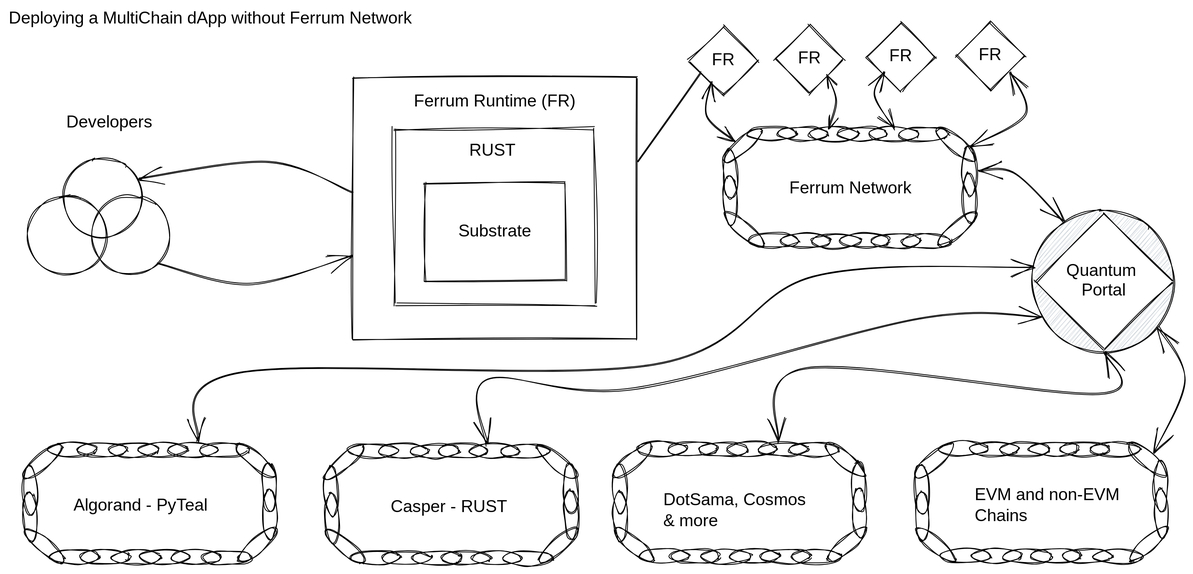
Before: .gitbook/assets/file.drawing (1).svg, a diagram exported from Excalidraw (ferrumnet/ferrum-network-whitepaper). Source tidied: one line per element, renumbered; positions are measured from the earlier drawing's top-left corner, leaving out a move shared by most shapes.
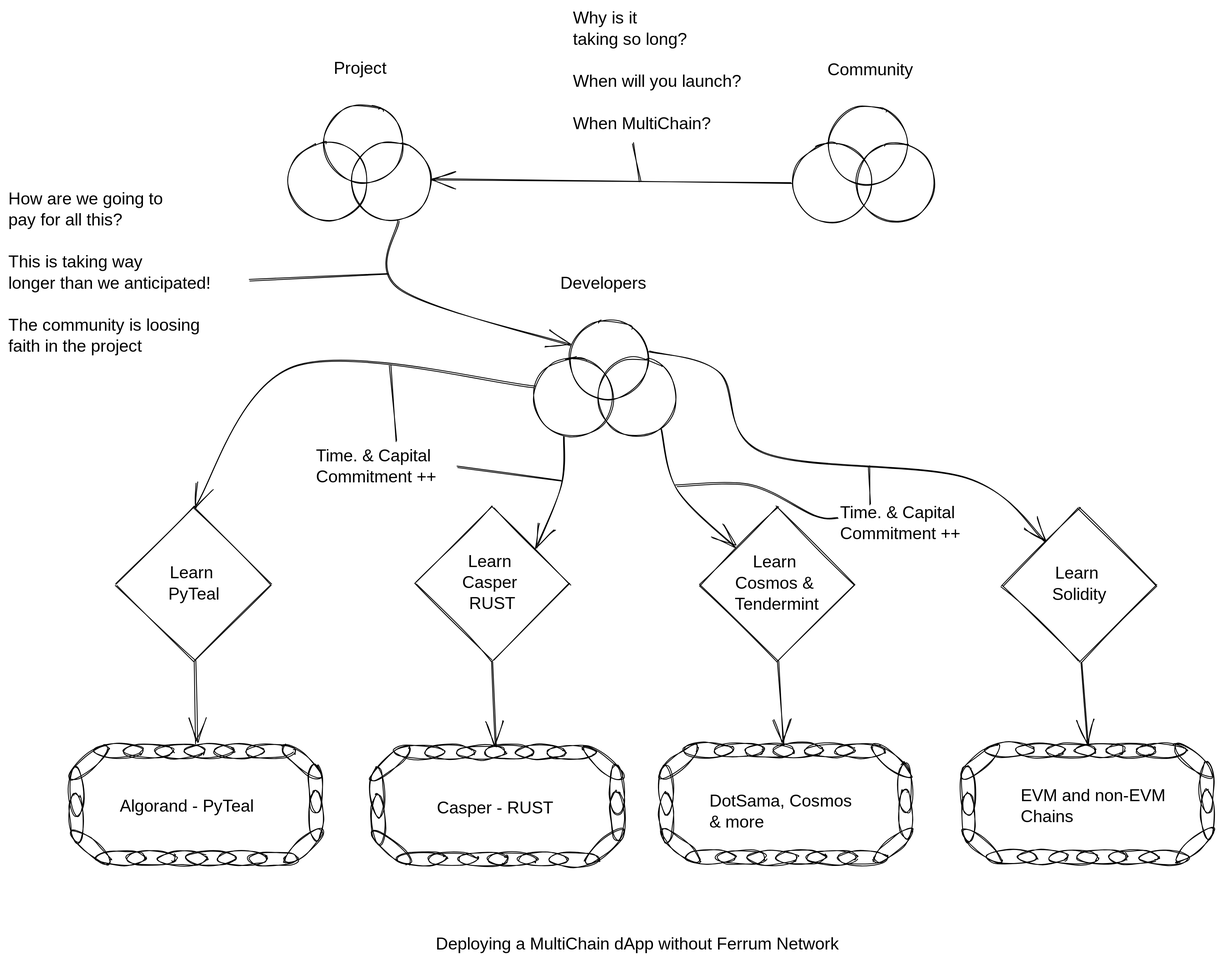
Above is the later version.

Commit message:
GitBook: [#53] Overview - Core Tech - The Chain w and w/o Ferrum Network - 1

The edit, as a diff of the source:
```diff
@@ -1,29 +1,11 @@
-{"id": 0, "type": "ellipse", "strokeColor": "#000000", "backgroundColor": "#ced4da", "fillStyle": "hachure", "strokeWidth": 1, "roughness": 1, "x": 1214, "y": 239, "width": 168, "height": 168}
-{"id": 1, "type": "ellipse", "strokeColor": "#000000", "strokeWidth": 1, "roughness": 1, "x": 22, "y": 222, "width": 94, "height": 94}
+{"id": 1, "type": "ellipse", "strokeColor": "#000000", "strokeWidth": 1, "roughness": 1, "x": 568, "y": 57, "width": 94, "height": 94}
-{"id": 2, "type": "ellipse", "strokeColor": "#000000", "strokeWidth": 1, "roughness": 1, "x": 98, "y": 222, "width": 94, "height": 94}
+{"id": 2, "type": "ellipse", "strokeColor": "#000000", "strokeWidth": 1, "roughness": 1, "x": 644, "y": 56, "width": 94, "height": 94}
-{"id": 3, "type": "ellipse", "strokeColor": "#000000", "strokeWidth": 1, "roughness": 1, "x": 65, "y": 178, "width": 94, "height": 94}
+{"id": 3, "type": "ellipse", "strokeColor": "#000000", "strokeWidth": 1, "roughness": 1, "x": 610, "y": 12, "width": 94, "height": 94}
-{"id": 4, "type": "text", "text": "Developers", "strokeColor": "#000000", "strokeWidth": 1, "roughness": 1, "fontSize": 20, "fontFamily": 1, "x": 68, "y": 123, "width": 106, "height": 25}
+{"id": 4, "type": "text", "text": "Developers", "strokeColor": "#000000", "strokeWidth": 1, "roughness": 1, "fontSize": 20, "fontFamily": 1, "x": 599, "y": -43, "width": 106, "height": 25}
-{"id": 5, "type": "ellipse", "strokeColor": "#000000", "angle": 1.56, "strokeWidth": 1, "roughness": 1, "x": 1077, "y": 119, "width": 17, "height": 60}
-{"id": 6, "type": "ellipse", "strokeColor": "#000000", "angle": 1.56, "strokeWidth": 1, "roughness": 1, "x": 1080, "y": 246, "width": 17, "height": 60}
-{"id": 7, "type": "ellipse", "strokeColor": "#000000", "angle": 1.56, "strokeWidth": 1, "roughness": 1, "x": 970, "y": 119, "width": 17, "height": 60}
-{"id": 8, "type": "ellipse", "strokeColor": "#000000", "angle": 1.56, "strokeWidth": 1, "roughness": 1, "x": 973, "y": 246, "width": 17, "height": 60}
-{"id": 9, "type": "ellipse", "strokeColor": "#000000", "angle": 1.56, "strokeWidth": 1, "roughness": 1, "x": 1041, "y": 119, "width": 17, "height": 60}
-{"id": 10, "type": "ellipse", "strokeColor": "#000000", "angle": 1.56, "strokeWidth": 1, "roughness": 1, "x": 1044, "y": 246, "width": 17, "height": 60}
-{"id": 11, "type": "ellipse", "strokeColor": "#000000", "angle": 1.56, "strokeWidth": 1, "roughness": 1, "x": 933, "y": 119, "width": 17, "height": 60}
-{"id": 12, "type": "ellipse", "strokeColor": "#000000", "angle": 1.56, "strokeWidth": 1, "roughness": 1, "x": 936, "y": 246, "width": 17, "height": 60}
-{"id": 13, "type": "ellipse", "strokeColor": "#000000", "angle": 1.56, "strokeWidth": 1, "roughness": 1, "x": 1004, "y": 119, "width": 17, "height": 60}
-{"id": 14, "type": "ellipse", "strokeColor": "#000000", "angle": 1.56, "strokeWidth": 1, "roughness": 1, "x": 1007, "y": 246, "width": 17, "height": 60}
-{"id": 15, "type": "ellipse", "strokeColor": "#000000", "angle": 1.56, "strokeWidth": 1, "roughness": 1, "x": 897, "y": 118, "width": 17, "height": 60}
-{"id": 16, "type": "ellipse", "strokeColor": "#000000", "angle": 1.56, "strokeWidth": 1, "roughness": 1, "x": 900, "y": 245, "width": 17, "height": 60}
-{"id": 17, "type": "ellipse", "strokeColor": "#000000", "angle": 7.14, "strokeWidth": 1, "roughness": 1, "x": 862, "y": 132, "width": 17, "height": 60}
-{"id": 18, "type": "ellipse", "strokeColor": "#000000", "angle": 2.26, "strokeWidth": 1, "roughness": 1, "x": 864, "y": 232, "width": 17, "height": 60}
-{"id": 19, "type": "ellipse", "strokeColor": "#000000", "angle": 6.25, "strokeWidth": 1, "roughness": 1, "x": 847, "y": 167, "width": 17, "height": 60}
-{"id": 20, "type": "ellipse", "strokeColor": "#000000", "angle": 6.25, "strokeWidth": 1, "roughness": 1, "x": 848, "y": 198, "width": 17, "height": 60}
-{"id": 21, "type": "ellipse", "strokeColor": "#000000", "angle": 5.41, "strokeWidth": 1, "roughness": 1, "x": 1115, "y": 131, "width": 17, "height": 60}
-{"id": 22, "type": "ellipse", "strokeColor": "#000000", "angle": 4.0, "strokeWidth": 1, "roughness": 1, "x": 1116, "y": 232, "width": 17, "height": 60}
-{"id": 23, "type": "ellipse", "strokeColor": "#000000", "angle": 6.25, "strokeWidth": 1, "roughness": 1, "x": 1131, "y": 163, "width": 17, "height": 60}
-{"id": 24, "type": "ellipse", "strokeColor": "#000000", "angle": 6.25, "strokeWidth": 1, "roughness": 1, "x": 1131, "y": 195, "width": 17, "height": 60}
-{"id": 25, "type": "text", "text": "Ferrum Network", "strokeColor": "#000000", "strokeWidth": 1, "roughness": 1, "fontSize": 20, "fontFamily": 1, "x": 926, "y": 201, "width": 151, "height": 25}
+{"id": 139, "type": "ellipse", "strokeColor": "#000000", "strokeWidth": 1, "roughness": 1, "x": 277, "y": -199, "width": 94, "height": 94}
+{"id": 140, "type": "ellipse", "strokeColor": "#000000", "strokeWidth": 1, "roughness": 1, "x": 353, "y": -200, "width": 94, "height": 94}
+{"id": 141, "type": "ellipse", "strokeColor": "#000000", "strokeWidth": 1, "roughness": 1, "x": 319, "y": -244, "width": 94, "height": 94}
+{"id": 142, "type": "text", "text": "Project", "strokeColor": "#000000", "strokeWidth": 1, "roughness": 1, "fontSize": 20, "fontFamily": 1, "x": 331, "y": -298, "width": 73, "height": 25}
 {"id": 26, "type": "ellipse", "strokeColor": "#000000", "angle": 1.56, "strokeWidth": 1, "roughness": 1, "x": 247, "y": 494, "width": 17, "height": 60}
 {"id": 27, "type": "ellipse", "strokeColor": "#000000", "angle": 1.56, "strokeWidth": 1, "roughness": 1, "x": 250, "y": 621, "width": 17, "height": 60}
 {"id": 28, "type": "ellipse", "strokeColor": "#000000", "angle": 1.56, "strokeWidth": 1, "roughness": 1, "x": 140, "y": 494, "width": 17, "height": 60}
@@ -108,32 +90,36 @@
 {"id": 107, "type": "ellipse", "strokeColor": "#000000", "angle": 6.25, "strokeWidth": 1, "roughness": 1, "x": 1358, "y": 537, "width": 17, "height": 60}
 {"id": 108, "type": "ellipse", "strokeColor": "#000000", "angle": 6.25, "strokeWidth": 1, "roughness": 1, "x": 1359, "y": 568, "width": 17, "height": 60}
 {"id": 109, "type": "text", "text": "EVM and non-EVM\nChains", "strokeColor": "#000000", "strokeWidth": 1, "roughness": 1, "fontSize": 20, "fontFamily": 1, "x": 1146, "y": 565, "width": 170, "height": 50}
-{"id": 110, "type": "rectangle", "strokeColor": "#000000", "strokeWidth": 1, "roughness": 2, "x": 458, "y": 143, "width": 236, "height": 208}
-{"id": 111, "type": "text", "text": "RUST", "strokeColor": "#000000", "strokeWidth": 1, "roughness": 1, "fontSize": 20, "fontFamily": 1, "x": 546, "y": 157, "width": 57, "height": 25}
-{"id": 112, "type": "rectangle", "strokeColor": "#000000", "strokeWidth": 1, "roughness": 1, "x": 493, "y": 207, "width": 167, "height": 116}
-{"id": 113, "type": "text", "text": "Substrate", "strokeColor": "#000000", "strokeWidth": 1, "roughness": 1, "fontSize": 20, "fontFamily": 1, "textAlign": "center", "verticalAlign": "middle", "inside": 112, "x": 498, "y": 253, "width": 157, "height": 23}
-{"id": 114, "type": "rectangle", "strokeColor": "#000000", "strokeWidth": 1, "roughness": 1, "x": 408, "y": 82, "width": 336, "height": 311}
-{"id": 115, "type": "text", "text": "Ferrum Runtime (FR)", "strokeColor": "#000000", "strokeWidth": 1, "roughness": 1, "fontSize": 20, "fontFamily": 1, "x": 481, "y": 98, "width": 198, "height": 25}
-{"id": 116, "type": "diamond", "strokeColor": "#000000", "strokeWidth": 1, "roughness": 1, "x": 807, "y": 21, "width": 81, "height": 82}
-{"id": 117, "type": "diamond", "strokeColor": "#000000", "strokeWidth": 1, "roughness": 1, "x": 909, "y": 19, "width": 81, "height": 82}
-{"id": 118, "type": "diamond", "strokeColor": "#000000", "strokeWidth": 1, "roughness": 1, "x": 1017, "y": 16, "width": 81, "height": 82}
-{"id": 119, "type": "diamond", "strokeColor": "#000000", "strokeWidth": 1, "roughness": 1, "x": 1123, "y": 15, "width": 81, "height": 82}
-{"id": 120, "type": "text", "text": "FR", "strokeColor": "#000000", "strokeWidth": 1, "roughness": 1, "fontSize": 20, "fontFamily": 1, "textAlign": "center", "verticalAlign": "middle", "inside": 116, "x": 812, "y": 50, "width": 71, "height": 23}
-{"id": 121, "type": "text", "text": "FR", "strokeColor": "#000000", "strokeWidth": 1, "roughness": 1, "fontSize": 20, "fontFamily": 1, "textAlign": "center", "verticalAlign": "middle", "inside": 117, "x": 914, "y": 48, "width": 71, "height": 23}
-{"id": 122, "type": "text", "text": "FR", "strokeColor": "#000000", "strokeWidth": 1, "roughness": 1, "fontSize": 20, "fontFamily": 1, "textAlign": "center", "verticalAlign": "middle", "inside": 118, "x": 1022, "y": 45, "width": 71, "height": 23}
-{"id": 123, "type": "text", "text": "FR", "strokeColor": "#000000", "strokeWidth": 1, "roughness": 1, "fontSize": 20, "fontFamily": 1, "textAlign": "center", "verticalAlign": "middle", "inside": 119, "x": 1128, "y": 44, "width": 71, "height": 23}
-{"id": 124, "type": "line", "strokeColor": "#000000", "strokeWidth": 1, "roughness": 1, "x": 745, "y": 181, "width": 75, "height": 105, "points": [[0, 0], [75, -105]]}
-{"id": 125, "type": "arrow", "strokeColor": "#000000", "strokeWidth": 1, "roughness": 1, "startArrowhead": "arrow", "endArrowhead": "arrow", "to": 19, "x": 833, "y": 86, "width": 33, "height": 71, "points": [[0, 0], [-5, 41], [28, 71]]}
-{"id": 126, "type": "arrow", "strokeColor": "#000000", "strokeWidth": 1, "roughness": 1, "startArrowhead": "arrow", "endArrowhead": "arrow", "from": 13, "to": 117, "x": 972, "y": 142, "width": 11, "height": 63, "points": [[0, 0], [11, -33], [0, -63]]}
-{"id": 127, "type": "arrow", "strokeColor": "#000000", "strokeWidth": 1, "roughness": 1, "startArrowhead": "arrow", "endArrowhead": "arrow", "to": 13, "x": 1038, "y": 77, "width": 23, "height": 67, "points": [[0, 0], [-11, 26], [11, 67]]}
-{"id": 128, "type": "arrow", "strokeColor": "#000000", "strokeWidth": 1, "roughness": 1, "startArrowhead": "arrow", "endArrowhead": "arrow", "from": 23, "to": 119, "x": 1141, "y": 163, "width": 65, "height": 88, "points": [[0, 0], [65, -38], [46, -88]]}
-{"id": 129, "type": "arrow", "strokeColor": "#000000", "strokeWidth": 1, "roughness": 1, "endArrowhead": "arrow", "from": 2, "x": 177, "y": 303, "width": 231, "height": 35, "points": [[0, 0], [108, 24], [231, -11]]}
-{"id": 130, "type": "arrow", "strokeColor": "#000000", "strokeWidth": 1, "roughness": 1, "endArrowhead": "arrow", "from": 114, "to": 3, "x": 407, "y": 217, "width": 252, "height": 36, "points": [[0, 0], [-98, -36], [-252, -16]]}
-{"id": 131, "type": "text", "text": "Deploying a MultiChain dApp without Ferrum Network", "strokeColor": "#000000", "strokeWidth": 1, "roughness": 1, "fontSize": 20, "fontFamily": 1, "x": 0, "y": 0, "width": 514, "height": 25}
+{"id": 131, "type": "text", "text": "Deploying a MultiChain dApp without Ferrum Network", "strokeColor": "#000000", "strokeWidth": 1, "roughness": 1, "fontSize": 20, "fontFamily": 1, "x": 452, "y": 741, "width": 514, "height": 25}
-{"id": 132, "type": "diamond", "strokeColor": "#000000", "backgroundColor": "#fff", "fillStyle": "solid", "strokeWidth": 1, "roughness": 1, "x": 1218, "y": 243, "width": 161, "height": 161}
-{"id": 133, "type": "text", "text": "Quantum \nPortal", "strokeColor": "#000000", "backgroundColor": "#ced4da", "fillStyle": "hachure", "strokeWidth": 1, "roughness": 1, "fontSize": 20, "fontFamily": 1, "textAlign": "center", "verticalAlign": "middle", "inside": 132, "x": 1223, "y": 300, "width": 151, "height": 46}
-{"id": 134, "type": "arrow", "strokeColor": "#000000", "backgroundColor": "#ced4da", "fillStyle": "hachure", "strokeWidth": 1, "roughness": 1, "startArrowhead": "arrow", "endArrowhead": "arrow", "from": 24, "to": 132, "x": 1151, "y": 194, "width": 99, "height": 59, "points": [[0, 0], [43, 2], [99, 59]]}
-{"id": 135, "type": "arrow", "strokeColor": "#000000", "backgroundColor": "#ced4da", "fillStyle": "hachure", "strokeWidth": 1, "roughness": 1, "startArrowhead": "arrow", "endArrowhead": "arrow", "from": 132, "to": 107, "x": 1363, "y": 378, "width": 36, "height": 148, "points": [[0, 0], [31, 62], [-5, 148]]}
-{"id": 136, "type": "arrow", "strokeColor": "#000000", "backgroundColor": "#ced4da", "fillStyle": "hachure", "strokeWidth": 1, "roughness": 1, "startArrowhead": "arrow", "endArrowhead": "arrow", "from": 132, "to": 55, "x": 1300, "y": 406, "width": 388, "height": 109, "points": [[0, 0], [-9, 51], [-355, 20], [-388, 109]]}
-{"id": 137, "type": "arrow", "strokeColor": "#000000", "backgroundColor": "#ced4da", "fillStyle": "hachure", "strokeWidth": 1, "roughness": 1, "startArrowhead": "arrow", "endArrowhead": "arrow", "from": 132, "to": 34, "x": 1215, "y": 306, "width": 992, "height": 208, "points": [[0, 0], [-261, 12], [-451, 115], [-941, 126], [-992, 208]]}
-{"id": 138, "type": "arrow", "strokeColor": "#000000", "backgroundColor": "#ced4da", "fillStyle": "hachure", "strokeWidth": 1, "roughness": 1, "startArrowhead": "arrow", "endArrowhead": "arrow", "from": 132, "to": 76, "x": 1224, "y": 365, "width": 657, "height": 153, "points": [[0, 0], [-145, 2], [-483, 86], [-656, 75], [-657, 153]]}
+{"id": 143, "type": "diamond", "strokeColor": "#000000", "strokeWidth": 1, "roughness": 1, "x": 765, "y": 234, "width": 183, "height": 183}
+{"id": 144, "type": "diamond", "strokeColor": "#000000", "strokeWidth": 1, "roughness": 1, "x": 1123, "y": 235, "width": 183, "height": 183}
+{"id": 145, "type": "diamond", "strokeColor": "#000000", "strokeWidth": 1, "roughness": 1, "x": 427, "y": 233, "width": 183, "height": 183}
+{"id": 146, "type": "diamond", "strokeColor": "#000000", "strokeWidth": 1, "roughness": 1, "x": 73, "y": 234, "width": 183, "height": 183}
+{"id": 147, "type": "text", "text": "Learn \nCosmos & \nTendermint", "strokeColor": "#000000", "strokeWidth": 1, "roughness": 1, "fontSize": 20, "fontFamily": 1, "textAlign": "center", "verticalAlign": "middle", "inside": 143, "x": 770, "y": 288, "width": 173, "height": 75}
+{"id": 148, "type": "text", "text": "Learn \nSolidity", "strokeColor": "#000000", "strokeWidth": 1, "roughness": 1, "fontSize": 20, "fontFamily": 1, "textAlign": "center", "verticalAlign": "middle", "inside": 144, "x": 1128, "y": 301, "width": 173, "height": 50}
+{"id": 149, "type": "text", "text": "Learn \nCasper \nRUST", "strokeColor": "#000000", "strokeWidth": 1, "roughness": 1, "fontSize": 20, "fontFamily": 1, "textAlign": "center", "verticalAlign": "middle", "inside": 145, "x": 432, "y": 287, "width": 173, "height": 75}
+{"id": 150, "type": "text", "text": "Learn \nPyTeal", "strokeColor": "#000000", "strokeWidth": 1, "roughness": 1, "fontSize": 20, "fontFamily": 1, "textAlign": "center", "verticalAlign": "middle", "inside": 146, "x": 78, "y": 301, "width": 173, "height": 50}
+{"id": 151, "type": "arrow", "strokeColor": "#000000", "strokeWidth": 1, "roughness": 1, "endArrowhead": "arrow", "from": 1, "to": 146, "x": 569, "y": 91, "width": 404, "height": 167, "points": [[0, 0], [-286, -24], [-404, 143]]}
+{"id": 152, "type": "arrow", "strokeColor": "#000000", "strokeWidth": 1, "roughness": 1, "endArrowhead": "arrow", "from": 146, "to": 34, "x": 166, "y": 416, "width": 2, "height": 98, "points": [[0, 0], [2, 98]]}
+{"id": 153, "type": "arrow", "strokeColor": "#000000", "strokeWidth": 1, "roughness": 1, "endArrowhead": "arrow", "from": 1, "to": 145, "x": 603, "y": 150, "width": 33, "height": 134, "points": [[0, 0], [-2, 58], [-33, 134]]}
+{"id": 154, "type": "arrow", "strokeColor": "#000000", "strokeWidth": 1, "roughness": 1, "endArrowhead": "arrow", "from": 145, "to": 70, "x": 519, "y": 417, "width": 5, "height": 100, "points": [[0, 0], [5, 100]]}
+{"id": 155, "type": "arrow", "strokeColor": "#000000", "strokeWidth": 1, "roughness": 1, "endArrowhead": "arrow", "from": 2, "to": 143, "x": 719, "y": 141, "width": 89, "height": 141, "points": [[0, 0], [20, 73], [89, 141]]}
+{"id": 156, "type": "arrow", "strokeColor": "#000000", "strokeWidth": 1, "roughness": 1, "endArrowhead": "arrow", "from": 143, "to": 55, "x": 858, "y": 417, "width": 8, "height": 98, "points": [[0, 0], [8, 98]]}
+{"id": 157, "type": "arrow", "strokeColor": "#000000", "strokeWidth": 1, "roughness": 1, "endArrowhead": "arrow", "from": 3, "to": 144, "x": 705, "y": 49, "width": 469, "height": 226, "points": [[0, 0], [83, 24], [134, 120], [376, 150], [469, 226]]}
+{"id": 158, "type": "arrow", "strokeColor": "#000000", "strokeWidth": 1, "roughness": 1, "endArrowhead": "arrow", "from": 144, "to": 91, "x": 1218, "y": 419, "width": 8, "height": 96, "points": [[0, 0], [8, 96]]}
+{"id": 159, "type": "text", "text": "Time. & Capital\nCommitment ++", "strokeColor": "#000000", "strokeWidth": 1, "roughness": 1, "fontSize": 20, "fontFamily": 1, "x": 310, "y": 162, "width": 154, "height": 50}
+{"id": 160, "type": "text", "text": "Time. & Capital\nCommitment ++", "strokeColor": "#000000", "strokeWidth": 1, "roughness": 1, "fontSize": 20, "fontFamily": 1, "x": 931, "y": 229, "width": 154, "height": 50}
+{"id": 161, "type": "line", "strokeColor": "#000000", "strokeWidth": 1, "roughness": 1, "x": 397, "y": 65, "width": 7, "height": 90, "points": [[0, 0], [7, 90]]}
+{"id": 162, "type": "line", "strokeColor": "#000000", "strokeWidth": 1, "roughness": 1, "x": 601, "y": 203, "width": 123, "height": 16, "points": [[0, 0], [-123, -16]]}
+{"id": 163, "type": "line", "strokeColor": "#000000", "strokeWidth": 1, "roughness": 1, "x": 737, "y": 209, "width": 191, "height": 39, "points": [[0, 0], [89, -2], [164, 36], [191, 38]]}
+{"id": 164, "type": "line", "strokeColor": "#000000", "strokeWidth": 1, "roughness": 1, "x": 966, "y": 185, "width": 1, "height": 45, "points": [[0, 0], [1, 45]]}
+{"id": 165, "type": "text", "text": "How are we going to \npay for all this?\n\nThis is taking way\nlonger than we anticipated!\n\nThe community is loosing \nfaith in the project", "strokeColor": "#000000", "strokeWidth": 1, "roughness": 1, "fontSize": 20, "fontFamily": 1, "x": -55, "y": -143, "width": 268, "height": 200}
+{"id": 166, "type": "ellipse", "strokeColor": "#000000", "strokeWidth": 1, "roughness": 1, "x": 875, "y": -197, "width": 94, "height": 94}
+{"id": 167, "type": "ellipse", "strokeColor": "#000000", "strokeWidth": 1, "roughness": 1, "x": 951, "y": -198, "width": 94, "height": 94}
+{"id": 168, "type": "ellipse", "strokeColor": "#000000", "strokeWidth": 1, "roughness": 1, "x": 917, "y": -242, "width": 94, "height": 94}
+{"id": 169, "type": "text", "text": "Community", "strokeColor": "#000000", "strokeWidth": 1, "roughness": 1, "fontSize": 20, "fontFamily": 1, "x": 916, "y": -296, "width": 96, "height": 25}
+{"id": 170, "type": "text", "text": "Why is it\ntaking so long?\n\nWhen will you launch?\n\nWhen MultiChain?", "strokeColor": "#000000", "strokeWidth": 1, "roughness": 1, "fontSize": 20, "fontFamily": 1, "x": 615, "y": -358, "width": 203, "height": 150}
+{"id": 171, "type": "arrow", "strokeColor": "#000000", "strokeWidth": 1, "roughness": 1, "endArrowhead": "arrow", "from": 166, "to": 140, "x": 874, "y": -150, "width": 426, "height": 6, "points": [[0, 0], [-426, -6]]}
+{"id": 172, "type": "line", "strokeColor": "#000000", "strokeWidth": 1, "roughness": 1, "x": 694, "y": -153, "width": 7, "height": 45, "points": [[0, 0], [-7, -45]]}
+{"id": 173, "type": "arrow", "strokeColor": "#000000", "strokeWidth": 1, "roughness": 1, "endArrowhead": "arrow", "from": 140, "to": 3, "x": 408, "y": -105, "width": 203, "height": 147, "points": [[0, 0], [1, 81], [203, 147]]}
+{"id": 174, "type": "line", "strokeColor": "#000000", "strokeWidth": 1, "roughness": 1, "x": 394, "y": -43, "width": 164, "height": 9, "points": [[0, 0], [-164, 9]]}
```
